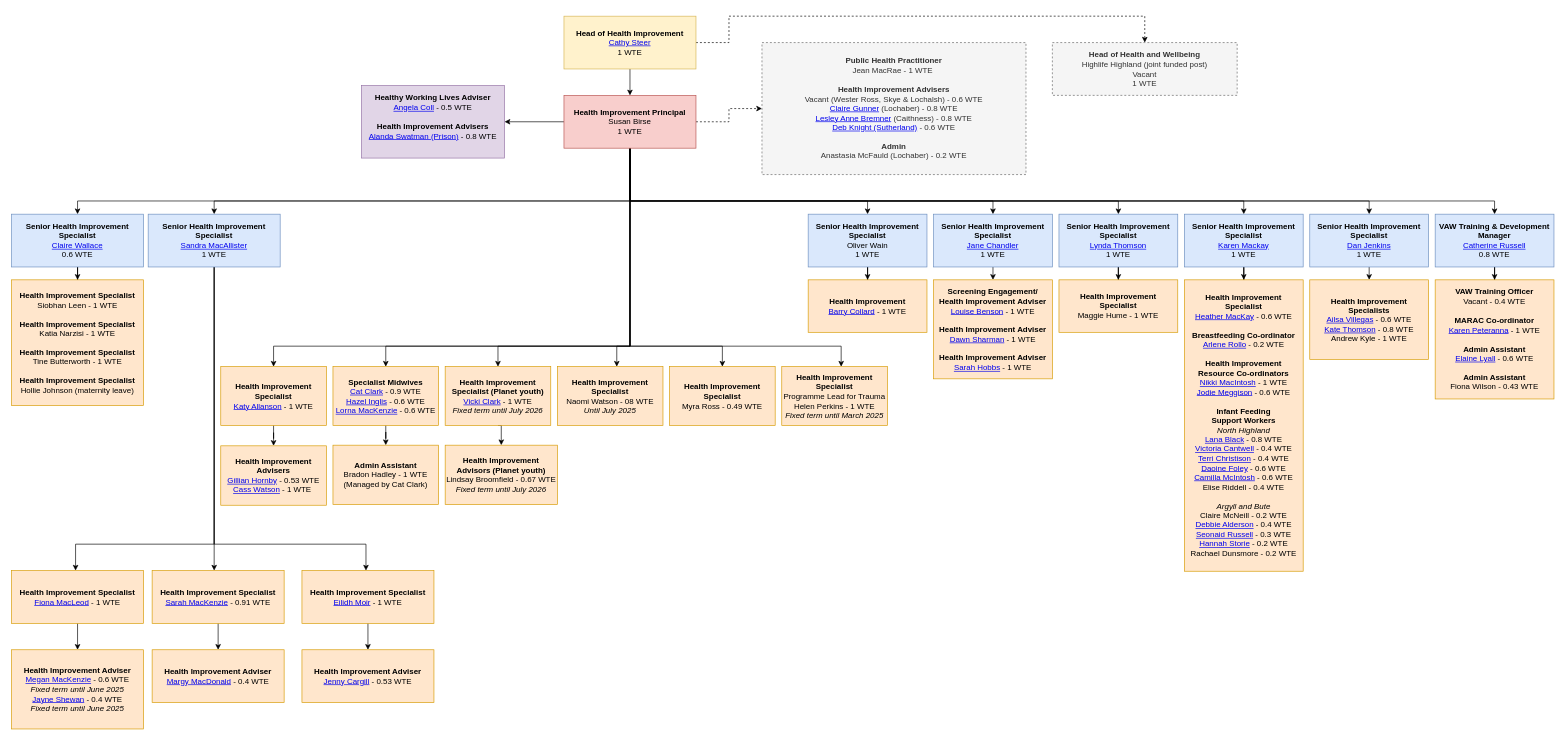
Earlier version of the draw.io diagram Untitled Diagram.drawio (barrycollard/staffOrgChart). Source tidied: cells renumbered, new cells numbered last; positions are measured from the earlier drawing's top-left corner, leaving out a move shared by most shapes. Both pictures are drawn from the tidied source at 66%, with x=0, y=0 at pixel (11, 16).
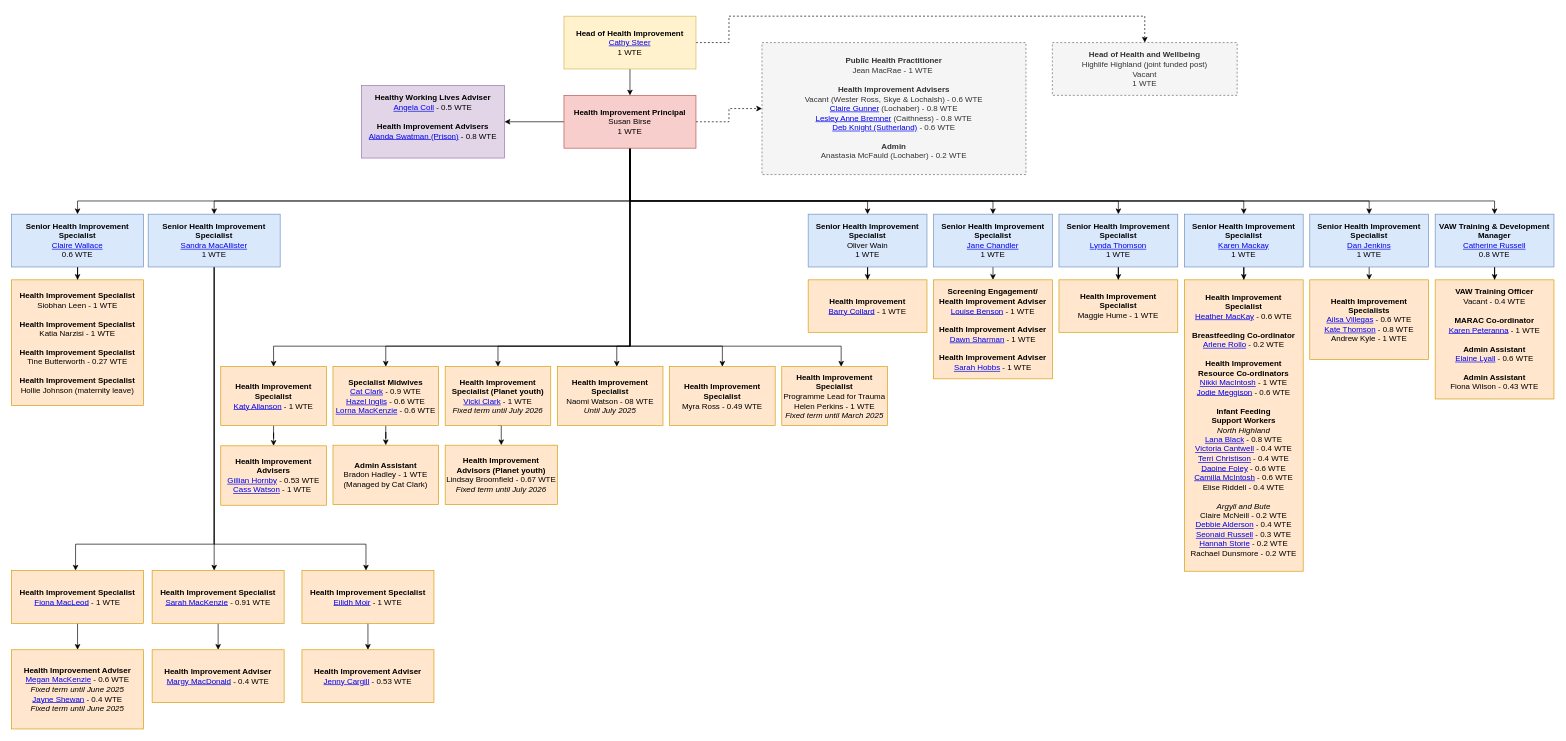
The same page after the edit.

Change to the diagram source:
```diff
@@
-    <mxCell id="35" value="&lt;div&gt;&lt;b&gt;Health Improvement Specialist&lt;/b&gt;&lt;/div&gt;&lt;div&gt;Siobhan Leen -&amp;nbsp;&lt;span style=&quot;background-color: transparent; color: light-dark(rgb(0, 0, 0), rgb(255, 255, 255));&quot;&gt;1 WTE&lt;/span&gt;&lt;/div&gt;&lt;div&gt;&lt;br&gt;&lt;/div&gt;&lt;div&gt;&lt;div&gt;&lt;b&gt;Health Improvement Specialist&lt;/b&gt;&lt;/div&gt;&lt;/div&gt;&lt;div&gt;&lt;span style=&quot;background-color: transparent; color: light-dark(rgb(0, 0, 0), rgb(255, 255, 255));&quot;&gt;Katia Narzisi -&amp;nbsp;&lt;/span&gt;&lt;span style=&quot;background-color: transparent; color: light-dark(rgb(0, 0, 0), rgb(255, 255, 255));&quot;&gt;1 WTE&lt;/span&gt;&lt;br&gt;&lt;/div&gt;&lt;div&gt;&lt;span&gt;&lt;br&gt;&lt;/span&gt;&lt;/div&gt;&lt;div&gt;&lt;span&gt;&lt;div&gt;&lt;b&gt;Health Improvement Specialist&lt;/b&gt;&lt;/div&gt;&lt;div&gt;&lt;span style=&quot;background-color: transparent; color: light-dark(rgb(0, 0, 0), rgb(255, 255, 255));&quot;&gt;Tine Butterworth -&amp;nbsp;&lt;/span&gt;&lt;span style=&quot;background-color: transparent; color: light-dark(rgb(0, 0, 0), rgb(255, 255, 255));&quot;&gt;1 WTE&lt;/span&gt;&lt;br&gt;&lt;/div&gt;&lt;/span&gt;&lt;/div&gt;&lt;div&gt;&lt;span&gt;&lt;br&gt;&lt;/span&gt;&lt;/div&gt;&lt;div&gt;&lt;span&gt;&lt;div&gt;&lt;b&gt;Health Improvement Specialist&lt;/b&gt;&lt;/div&gt;&lt;div&gt;&lt;span style=&quot;background-color: transparent; color: light-dark(rgb(0, 0, 0), rgb(255, 255, 255));&quot;&gt;Hollie Johnson (maternity leave)&lt;/span&gt;&lt;br&gt;&lt;/div&gt;&lt;/span&gt;&lt;/div&gt;" style="rounded=0;whiteSpace=wrap;html=1;fillColor=#ffe6cc;strokeColor=#d79b00;" parent="1" vertex="1">
+    <mxCell id="35" value="&lt;div&gt;&lt;b&gt;Health Improvement Specialist&lt;/b&gt;&lt;/div&gt;&lt;div&gt;Siobhan Leen -&amp;nbsp;&lt;span style=&quot;background-color: transparent; color: light-dark(rgb(0, 0, 0), rgb(255, 255, 255));&quot;&gt;1 WTE&lt;/span&gt;&lt;/div&gt;&lt;div&gt;&lt;br&gt;&lt;/div&gt;&lt;div&gt;&lt;div&gt;&lt;b&gt;Health Improvement Specialist&lt;/b&gt;&lt;/div&gt;&lt;/div&gt;&lt;div&gt;&lt;span style=&quot;background-color: transparent; color: light-dark(rgb(0, 0, 0), rgb(255, 255, 255));&quot;&gt;Katia Narzisi -&amp;nbsp;&lt;/span&gt;&lt;span style=&quot;background-color: transparent; color: light-dark(rgb(0, 0, 0), rgb(255, 255, 255));&quot;&gt;1 WTE&lt;/span&gt;&lt;br&gt;&lt;/div&gt;&lt;div&gt;&lt;span&gt;&lt;br&gt;&lt;/span&gt;&lt;/div&gt;&lt;div&gt;&lt;span&gt;&lt;div&gt;&lt;b&gt;Health Improvement Specialist&lt;/b&gt;&lt;/div&gt;&lt;div&gt;&lt;span style=&quot;background-color: transparent; color: light-dark(rgb(0, 0, 0), rgb(255, 255, 255));&quot;&gt;Tine Butterworth -&amp;nbsp;&lt;/span&gt;&lt;span style=&quot;background-color: transparent; color: light-dark(rgb(0, 0, 0), rgb(255, 255, 255));&quot;&gt;0.27 WTE&lt;/span&gt;&lt;br&gt;&lt;/div&gt;&lt;/span&gt;&lt;/div&gt;&lt;div&gt;&lt;span&gt;&lt;br&gt;&lt;/span&gt;&lt;/div&gt;&lt;div&gt;&lt;span&gt;&lt;div&gt;&lt;b&gt;Health Improvement Specialist&lt;/b&gt;&lt;/div&gt;&lt;div&gt;&lt;span style=&quot;background-color: transparent; color: light-dark(rgb(0, 0, 0), rgb(255, 255, 255));&quot;&gt;Hollie Johnson (maternity leave)&lt;/span&gt;&lt;br&gt;&lt;/div&gt;&lt;/span&gt;&lt;/div&gt;" style="rounded=0;whiteSpace=wrap;html=1;fillColor=#ffe6cc;strokeColor=#d79b00;" parent="1" vertex="1">
       <mxGeometry y="399.5" width="200" height="190.5" as="geometry" />
     </mxCell>
```
